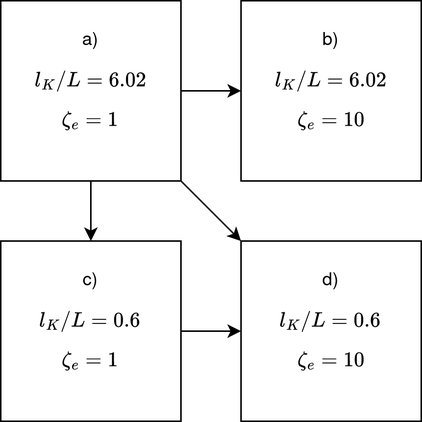
RikiTikkiTavi/polyflexmd keeps this draw.io diagram as thesis/img/cases_diag.png. Above is the earlier version. Source tidied: cells renumbered, new cells last; positions are measured from the earlier drawing's top-left corner, leaving out a move shared by most shapes. Source of this version:
```xml
<mxGraphModel math="1">
  <root>
    <mxCell id="0" />
    <mxCell id="1" parent="0" />
    <mxCell id="2" style="edgeStyle=orthogonalEdgeStyle;rounded=0;jettySize=auto;html=1;entryX=0;entryY=0.5;entryDx=0;entryDy=0;" parent="1" edge="1" source="5" target="6">
      <mxGeometry relative="1" as="geometry" />
    </mxCell>
    <mxCell id="3" style="edgeStyle=orthogonalEdgeStyle;rounded=0;jettySize=auto;html=1;exitX=0.5;exitY=1;exitDx=0;exitDy=0;entryX=0.5;entryY=0;entryDx=0;entryDy=0;" parent="1" edge="1" source="5" target="8">
      <mxGeometry relative="1" as="geometry" />
    </mxCell>
    <mxCell id="4" style="rounded=0;jettySize=auto;html=1;exitX=1;exitY=1;exitDx=0;exitDy=0;entryX=0;entryY=0;entryDx=0;entryDy=0;" parent="1" edge="1" source="5" target="9">
      <mxGeometry relative="1" as="geometry" />
    </mxCell>
    <mxCell id="5" value="&lt;div&gt;a)&lt;br&gt;&lt;/div&gt;&lt;div&gt;$$l_K/L=6.02$$ $$\zeta_e=1$$&lt;/div&gt;" style="whiteSpace=wrap;html=1;" parent="1" vertex="1">
      <mxGeometry width="120" height="120" as="geometry" />
    </mxCell>
    <mxCell id="6" value="b)&lt;br&gt;&lt;div&gt;$$l_K/L=6.02$$ $$\zeta_e=10$$&lt;/div&gt;" style="whiteSpace=wrap;html=1;" parent="1" vertex="1">
      <mxGeometry x="160" width="120" height="120" as="geometry" />
    </mxCell>
    <mxCell id="7" style="edgeStyle=orthogonalEdgeStyle;rounded=0;jettySize=auto;html=1;exitX=1;exitY=0.5;exitDx=0;exitDy=0;entryX=0;entryY=0.5;entryDx=0;entryDy=0;" parent="1" edge="1" source="8" target="9">
      <mxGeometry relative="1" as="geometry" />
    </mxCell>
    <mxCell id="8" value="c)&lt;br&gt;&lt;div&gt;$$l_K/L=0.6$$ $$\zeta_e=1$$&lt;/div&gt;" style="whiteSpace=wrap;html=1;" parent="1" vertex="1">
      <mxGeometry y="160" width="120" height="120" as="geometry" />
    </mxCell>
    <mxCell id="9" value="d)&lt;br&gt;&lt;div&gt;$$l_K/L=0.6$$ $$\zeta_e=10$$&lt;/div&gt;" style="whiteSpace=wrap;html=1;" parent="1" vertex="1">
      <mxGeometry x="160" y="160" width="120" height="120" as="geometry" />
    </mxCell>
  </root>
</mxGraphModel>
```
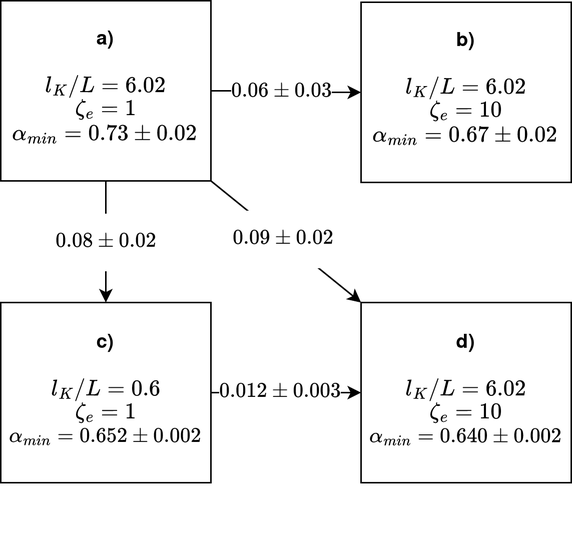
After the change.

Diff of the diagram source:
```diff
@@ -5,26 +5,42 @@
     <mxCell id="2" style="edgeStyle=orthogonalEdgeStyle;rounded=0;jettySize=auto;html=1;entryX=0;entryY=0.5;entryDx=0;entryDy=0;" parent="1" edge="1" source="5" target="6">
       <mxGeometry relative="1" as="geometry" />
     </mxCell>
+    <mxCell id="10" value="&lt;font style=&quot;font-size: 12px;&quot;&gt;$$0.06 \pm 0.03$$&lt;/font&gt;" style="edgeLabel;html=1;align=center;verticalAlign=middle;" parent="2" vertex="1">
+      <mxGeometry x="0.06" y="2" relative="1" as="geometry">
+        <mxPoint x="-6" y="2" as="offset" />
+      </mxGeometry>
+    </mxCell>
     <mxCell id="3" style="edgeStyle=orthogonalEdgeStyle;rounded=0;jettySize=auto;html=1;exitX=0.5;exitY=1;exitDx=0;exitDy=0;entryX=0.5;entryY=0;entryDx=0;entryDy=0;" parent="1" edge="1" source="5" target="8">
       <mxGeometry relative="1" as="geometry" />
     </mxCell>
+    <mxCell id="11" value="&lt;font style=&quot;font-size: 12px;&quot;&gt;$$0.08 \pm 0.02$$&lt;/font&gt;" style="edgeLabel;html=1;align=center;verticalAlign=middle;" parent="3" vertex="1">
+      <mxGeometry x="0.02" relative="1" as="geometry" />
+    </mxCell>
     <mxCell id="4" style="rounded=0;jettySize=auto;html=1;exitX=1;exitY=1;exitDx=0;exitDy=0;entryX=0;entryY=0;entryDx=0;entryDy=0;" parent="1" edge="1" source="5" target="9">
       <mxGeometry relative="1" as="geometry" />
     </mxCell>
+    <mxCell id="12" value="&lt;font style=&quot;font-size: 12px;&quot;&gt;$$0.09 \pm 0.02$$&lt;/font&gt;" style="edgeLabel;html=1;align=center;verticalAlign=middle;" parent="4" vertex="1">
+      <mxGeometry x="-0.05" relative="1" as="geometry" />
+    </mxCell>
-    <mxCell id="5" value="&lt;div&gt;a)&lt;br&gt;&lt;/div&gt;&lt;div&gt;$$l_K/L=6.02$$ $$\zeta_e=1$$&lt;/div&gt;" style="whiteSpace=wrap;html=1;" parent="1" vertex="1">
-      <mxGeometry width="120" height="120" as="geometry" />
+    <mxCell id="5" value="&lt;p align=&quot;center&quot; style=&quot;line-height: 100%;&quot;&gt;&lt;/p&gt;&lt;div style=&quot;font-size: 13px;&quot; align=&quot;center&quot;&gt;&lt;font style=&quot;font-size: 13px;&quot;&gt;&lt;b&gt;a)&lt;/b&gt;&lt;/font&gt;&lt;/div&gt;&lt;div style=&quot;font-size: 13px;&quot; align=&quot;center&quot;&gt;&lt;font style=&quot;font-size: 13px;&quot;&gt;&lt;b&gt;&lt;br&gt;&lt;/b&gt;&lt;/font&gt;&lt;/div&gt;&lt;div style=&quot;font-size: 13px;&quot; align=&quot;center&quot;&gt;&lt;font style=&quot;font-size: 13px;&quot;&gt;\(l_K/L=6.02\)&lt;/font&gt;&lt;/div&gt;&lt;div style=&quot;font-size: 13px;&quot; align=&quot;center&quot;&gt;&lt;font style=&quot;font-size: 13px;&quot;&gt;\(\zeta_e=1\)&lt;/font&gt;&lt;/div&gt;&lt;div style=&quot;font-size: 13px;&quot; align=&quot;center&quot;&gt;&lt;font style=&quot;font-size: 13px;&quot;&gt;\(\alpha_{min}=0.73\pm0.02\)&lt;/font&gt;&lt;/div&gt;&lt;p align=&quot;center&quot;&gt;&lt;/p&gt;" style="whiteSpace=wrap;html=1;align=center;labelPosition=center;verticalLabelPosition=middle;verticalAlign=top;fontSize=12;" parent="1" vertex="1">
+      <mxGeometry y="-1" width="140" height="120" as="geometry" />
     </mxCell>
-    <mxCell id="6" value="b)&lt;br&gt;&lt;div&gt;$$l_K/L=6.02$$ $$\zeta_e=10$$&lt;/div&gt;" style="whiteSpace=wrap;html=1;" parent="1" vertex="1">
-      <mxGeometry x="160" width="120" height="120" as="geometry" />
+    <mxCell id="6" value="&lt;p style=&quot;line-height: 100%;&quot;&gt;&lt;/p&gt;&lt;div style=&quot;font-size: 13px;&quot;&gt;&lt;font style=&quot;font-size: 13px;&quot;&gt;&lt;b&gt;b)&lt;/b&gt;&lt;/font&gt;&lt;/div&gt;&lt;div style=&quot;font-size: 13px;&quot;&gt;&lt;font style=&quot;font-size: 13px;&quot;&gt;&lt;br&gt;&lt;/font&gt;&lt;/div&gt;&lt;div style=&quot;font-size: 13px;&quot;&gt;&lt;font style=&quot;font-size: 13px;&quot;&gt;\(l_K/L=6.02\)&lt;/font&gt;&lt;/div&gt;&lt;div style=&quot;font-size: 13px;&quot;&gt;&lt;font style=&quot;font-size: 13px;&quot;&gt;\(\zeta_e=10\)&lt;/font&gt;&lt;/div&gt;&lt;div style=&quot;font-size: 13px;&quot;&gt;&lt;font style=&quot;font-size: 13px;&quot;&gt;\(\alpha_{min}=0.67\pm0.02\)&lt;/font&gt;&lt;/div&gt;&lt;div style=&quot;font-size: 13px;&quot;&gt;&lt;font style=&quot;font-size: 13px;&quot;&gt;&lt;br&gt;&lt;/font&gt;&lt;/div&gt;&lt;p&gt;&lt;/p&gt;" style="whiteSpace=wrap;html=1;verticalAlign=top;" parent="1" vertex="1">
+      <mxGeometry x="240" width="140" height="120" as="geometry" />
     </mxCell>
     <mxCell id="7" style="edgeStyle=orthogonalEdgeStyle;rounded=0;jettySize=auto;html=1;exitX=1;exitY=0.5;exitDx=0;exitDy=0;entryX=0;entryY=0.5;entryDx=0;entryDy=0;" parent="1" edge="1" source="8" target="9">
       <mxGeometry relative="1" as="geometry" />
     </mxCell>
+    <mxCell id="13" value="&lt;font style=&quot;font-size: 12px;&quot;&gt;$$0.012 \pm 0.003$$&lt;/font&gt;" style="edgeLabel;html=1;align=center;verticalAlign=middle;" parent="7" vertex="1">
+      <mxGeometry x="-0.19" y="1" relative="1" as="geometry">
+        <mxPoint x="5" y="1" as="offset" />
+      </mxGeometry>
+    </mxCell>
-    <mxCell id="8" value="c)&lt;br&gt;&lt;div&gt;$$l_K/L=0.6$$ $$\zeta_e=1$$&lt;/div&gt;" style="whiteSpace=wrap;html=1;" parent="1" vertex="1">
-      <mxGeometry y="160" width="120" height="120" as="geometry" />
+    <mxCell id="8" value="&lt;p style=&quot;line-height: 10%; font-size: 13px;&quot;&gt;&lt;/p&gt;&lt;div style=&quot;font-size: 13px;&quot;&gt;&lt;font style=&quot;font-size: 13px;&quot;&gt;&lt;b style=&quot;font-size: 13px;&quot;&gt;c)&lt;/b&gt;&lt;/font&gt;&lt;/div&gt;&lt;div style=&quot;font-size: 13px;&quot;&gt;&lt;font style=&quot;font-size: 13px;&quot;&gt;&lt;b style=&quot;font-size: 13px;&quot;&gt;&lt;br style=&quot;font-size: 13px;&quot;&gt;&lt;/b&gt;&lt;/font&gt;&lt;/div&gt;&lt;div style=&quot;font-size: 13px;&quot;&gt;&lt;font style=&quot;font-size: 13px;&quot;&gt;\(l_K/L=0.6\)&lt;/font&gt;&lt;/div&gt;&lt;div style=&quot;font-size: 13px;&quot;&gt;&lt;font style=&quot;font-size: 13px;&quot;&gt;\(\zeta_e=1\)&lt;/font&gt;&lt;/div&gt;&lt;div style=&quot;font-size: 13px;&quot;&gt;&lt;font style=&quot;font-size: 12px;&quot;&gt;\(\alpha_{min}=0.652\pm0.002\)&lt;/font&gt;&lt;/div&gt;&lt;p style=&quot;font-size: 13px;&quot;&gt;&lt;font style=&quot;font-size: 13px;&quot;&gt;&lt;br style=&quot;font-size: 13px;&quot;&gt;&lt;/font&gt;&lt;/p&gt;" style="whiteSpace=wrap;html=1;verticalAlign=top;fontSize=13;" parent="1" vertex="1">
+      <mxGeometry y="200" width="140" height="120" as="geometry" />
     </mxCell>
-    <mxCell id="9" value="d)&lt;br&gt;&lt;div&gt;$$l_K/L=0.6$$ $$\zeta_e=10$$&lt;/div&gt;" style="whiteSpace=wrap;html=1;" parent="1" vertex="1">
-      <mxGeometry x="160" y="160" width="120" height="120" as="geometry" />
+    <mxCell id="9" value="&lt;p style=&quot;line-height: 10%; font-size: 13px;&quot;&gt;&lt;/p&gt;&lt;div style=&quot;font-size: 13px;&quot;&gt;&lt;font style=&quot;font-size: 13px;&quot;&gt;&lt;b style=&quot;font-size: 13px;&quot;&gt;d)&lt;/b&gt;&lt;/font&gt;&lt;/div&gt;&lt;div style=&quot;font-size: 13px;&quot;&gt;&lt;font style=&quot;font-size: 13px;&quot;&gt;&lt;b style=&quot;font-size: 13px;&quot;&gt;&lt;br style=&quot;font-size: 13px;&quot;&gt;&lt;/b&gt;&lt;/font&gt;&lt;/div&gt;&lt;div style=&quot;font-size: 13px;&quot;&gt;&lt;font style=&quot;font-size: 13px;&quot;&gt;\(l_K/L=6.02\)&lt;/font&gt;&lt;/div&gt;&lt;div style=&quot;font-size: 13px;&quot;&gt;&lt;font style=&quot;font-size: 13px;&quot;&gt;\(\zeta_e=10\)&lt;/font&gt;&lt;/div&gt;&lt;div style=&quot;font-size: 13px;&quot;&gt;&lt;font style=&quot;font-size: 12px;&quot;&gt;\(\alpha_{min}=0.640\pm0.002\)&lt;/font&gt;&lt;/div&gt;&lt;p style=&quot;font-size: 13px;&quot;&gt;&lt;font style=&quot;font-size: 13px;&quot;&gt;&lt;br style=&quot;font-size: 13px;&quot;&gt;&lt;/font&gt;&lt;/p&gt;" style="whiteSpace=wrap;html=1;verticalAlign=top;fontSize=13;" parent="1" vertex="1">
+      <mxGeometry x="240" y="200" width="140" height="120" as="geometry" />
     </mxCell>
   </root>
 </mxGraphModel>
```
